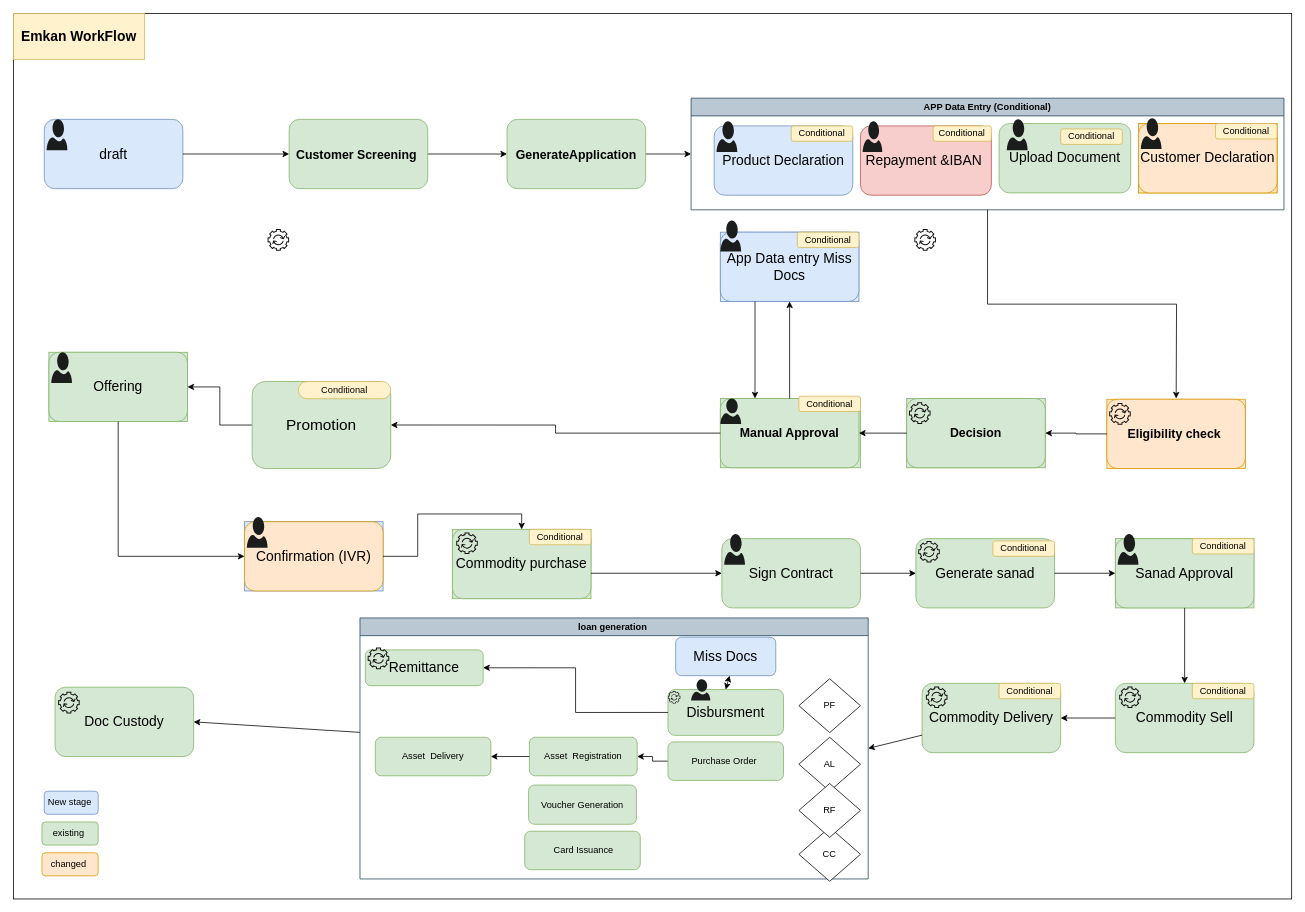
The draw.io diagram page "WorkFlow" (3 of 10) of Migration[1]v2.drawio in MHosnii/DrawIo, before the edit. Source tidied: cells renumbered, new cells numbered last; positions are measured from the earlier drawing's top-left corner, leaving out a move shared by most shapes. Both pictures are drawn from the tidied source at 77%, with x=0, y=0 at pixel (13, 13).
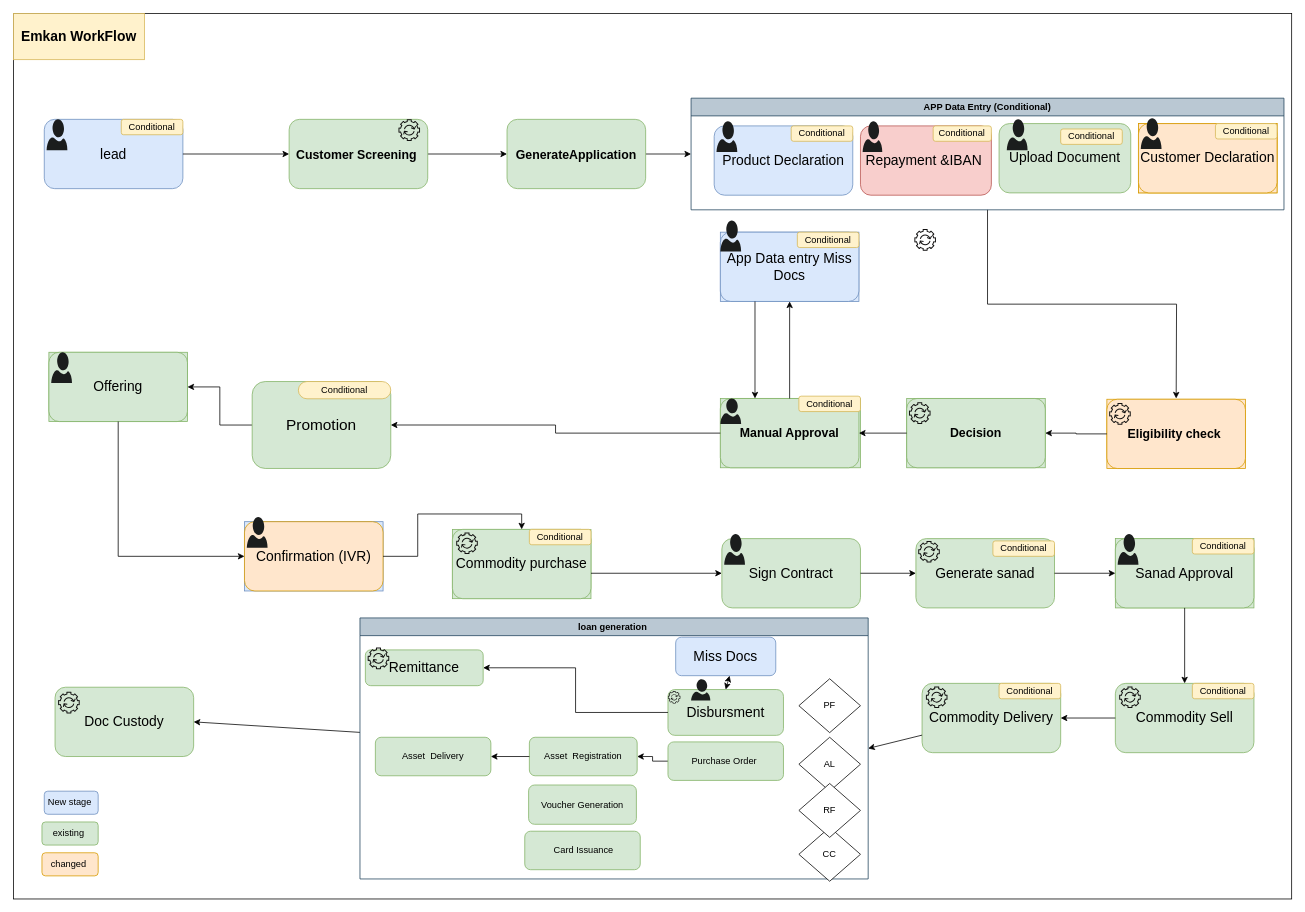
The same diagram, later.

The change refers to these unchanged cells:
```xml
<mxCell id="53" style="group;" parent="1" vertex="1">
  <mxGeometry x="40" y="137.5" width="180" height="90" as="geometry" />
</mxCell>
```

Diff of the diagram source:
```diff
@@
     <mxCell id="52" style="sketch=0;fontColor=#232F3E;gradientColor=none;fillColor=#100f0f;strokeColor=none;dashed=0;verticalLabelPosition=bottom;verticalAlign=top;align=center;html=1;fontSize=12;fontStyle=0;shape=mxgraph.aws4.automation;" parent="1" vertex="1">
-      <mxGeometry x="330" y="280" width="28" height="28" as="geometry" />
+      <mxGeometry x="500" y="137.5" width="28" height="28" as="geometry" />
     </mxCell>
@@
-    <mxCell id="54" value="&lt;font style=&quot;font-size: 18px;&quot;&gt;draft&lt;/font&gt;" style="rounded=1;whiteSpace=wrap;html=1;fillColor=#dae8fc;strokeColor=#6c8ebf;" parent="53" vertex="1">
+    <mxCell id="54" value="&lt;font style=&quot;font-size: 18px;&quot;&gt;lead&lt;/font&gt;" style="rounded=1;whiteSpace=wrap;html=1;fillColor=#dae8fc;strokeColor=#6c8ebf;" parent="53" vertex="1">
       <mxGeometry width="180" height="90" as="geometry" />
     </mxCell>
@@
+    <mxCell id="134" value="Conditional" style="rounded=1;whiteSpace=wrap;html=1;fillColor=#fff2cc;strokeColor=#d6b656;" parent="53" vertex="1">
+      <mxGeometry x="100" width="80" height="20" as="geometry" />
+    </mxCell>
```
